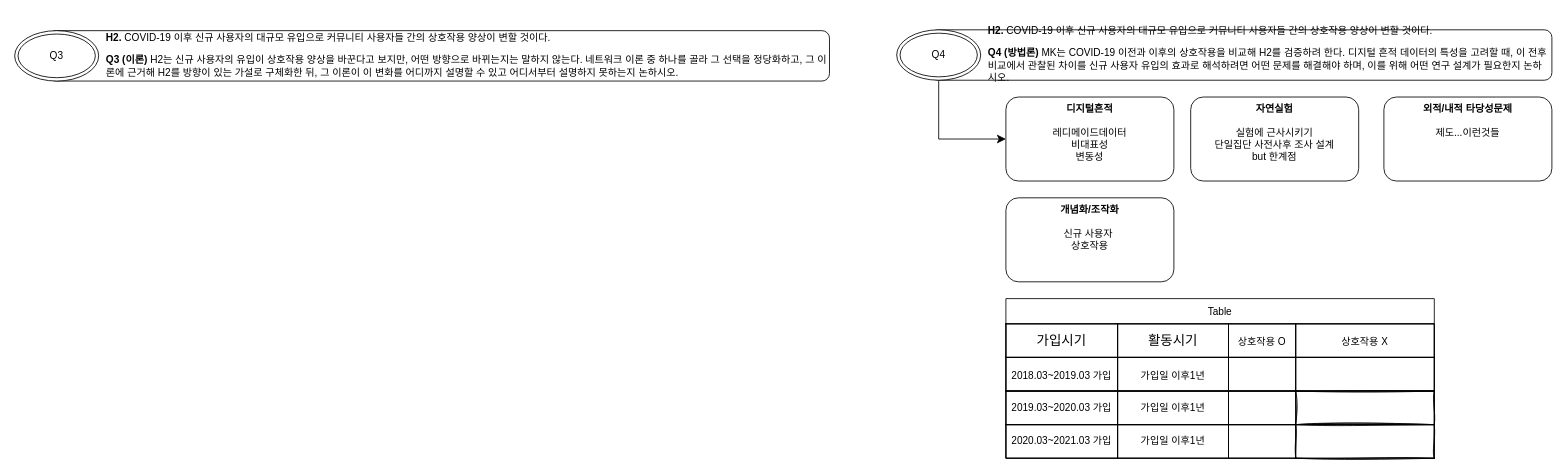
This is Untitled Diagram.drawio from myokyunghan/drawio_for_qual, a draw.io file, before an edit. Source tidied: cells renumbered, new cells numbered last; positions are measured from the earlier drawing's top-left corner, leaving out a move shared by most shapes. Both pictures are drawn from the tidied source at 84%, with x=0, y=0 at pixel (14, 29).
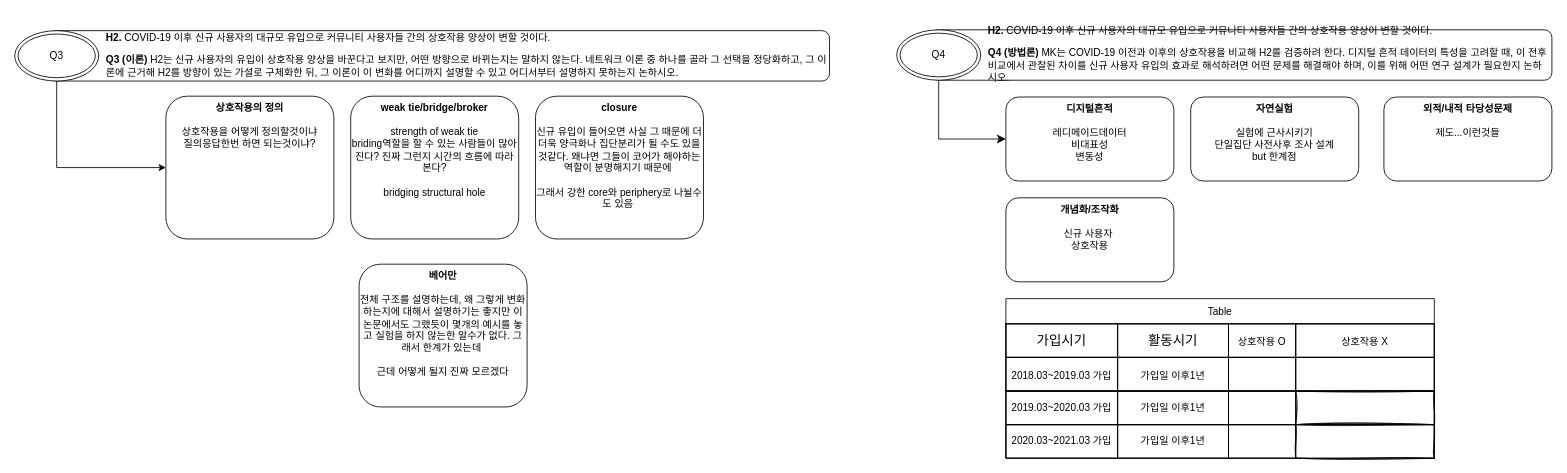
The same page after the edit.

Unchanged cells that the change refers to:
```xml
<mxCell id="32" value="Q3" style="ellipse;shape=doubleEllipse;whiteSpace=wrap;html=1;" parent="1" vertex="1">
  <mxGeometry y="2" width="100" height="60" as="geometry" />
</mxCell>
```

Change to the diagram source:
```diff
@@
+    <mxCell id="34" style="edgeStyle=orthogonalEdgeStyle;rounded=0;jettySize=auto;html=1;exitX=0.5;exitY=1;exitDx=0;exitDy=0;entryX=0;entryY=0.5;entryDx=0;entryDy=0;defaultLabelBackgroundColor=page;labelPadding=0 4;" parent="1" edge="1" source="32" target="36">
+      <mxGeometry relative="1" as="geometry" />
+    </mxCell>
@@
+    <mxCell id="35" value="&lt;b&gt;weak tie/bridge/broker&lt;/b&gt;&lt;div&gt;&lt;b&gt;&lt;br&gt;&lt;/b&gt;&lt;/div&gt;&lt;div&gt;strength of weak tie&lt;/div&gt;&lt;div&gt;briding역할을 할 수 있는 사람들이 많아진다? 진짜 그런지 시간의 흐름에 따라 본다?&lt;/div&gt;&lt;div&gt;&lt;br&gt;&lt;/div&gt;&lt;div&gt;bridging structural hole&lt;/div&gt;" style="rounded=1;whiteSpace=wrap;html=1;roundedPerimeter=1;verticalAlign=top;" parent="1" vertex="1">
+      <mxGeometry x="400" y="80" width="200" height="170" as="geometry" />
+    </mxCell>
+    <mxCell id="36" value="&lt;b&gt;상호작용의 정의&lt;/b&gt;&lt;div&gt;&lt;b&gt;&lt;br&gt;&lt;/b&gt;&lt;/div&gt;&lt;div&gt;상호작용을 어떻게 정의할것이냐&lt;/div&gt;&lt;div&gt;질의응답한번 하면 되는것이냐?&lt;/div&gt;" style="rounded=1;whiteSpace=wrap;html=1;roundedPerimeter=1;verticalAlign=top;" parent="1" vertex="1">
+      <mxGeometry x="180" y="80" width="200" height="170" as="geometry" />
+    </mxCell>
+    <mxCell id="37" value="&lt;b&gt;closure&lt;/b&gt;&lt;div&gt;&lt;b&gt;&lt;br&gt;&lt;/b&gt;&lt;/div&gt;&lt;div&gt;신규 유입이 들어오면 사실 그 때문에 더더욱 양극화나 집단분리가 될 수도 있을 것같다. 왜냐면 그들이 코어가 해야하는 역할이 분명해지기 때문에&amp;nbsp;&lt;/div&gt;&lt;div&gt;&lt;br&gt;&lt;/div&gt;&lt;div&gt;그래서 강한 core와 periphery로 나뉠수도 있음&amp;nbsp;&lt;/div&gt;" style="rounded=1;whiteSpace=wrap;html=1;roundedPerimeter=1;verticalAlign=top;" parent="1" vertex="1">
+      <mxGeometry x="620" y="80" width="200" height="170" as="geometry" />
+    </mxCell>
+    <mxCell id="38" value="&lt;b&gt;베어만&lt;/b&gt;&lt;br&gt;&lt;div&gt;&lt;br&gt;&lt;/div&gt;&lt;div&gt;전체 구조를 설명하는데, 왜 그렇게 변화하는지에 대해서 설명하기는 좋지만 이 논문에서도 그랬듯이 몇개의 예시를 놓고 실험을 하지 않는한 알수가 없다. 그래서 한계가 있는데&amp;nbsp;&lt;/div&gt;&lt;div&gt;&lt;br&gt;&lt;/div&gt;&lt;div&gt;근데 어떻게 될지 진짜 모르겠다&lt;/div&gt;" style="rounded=1;whiteSpace=wrap;html=1;roundedPerimeter=1;verticalAlign=top;" parent="1" vertex="1">
+      <mxGeometry x="410" y="280" width="200" height="170" as="geometry" />
+    </mxCell>
```
